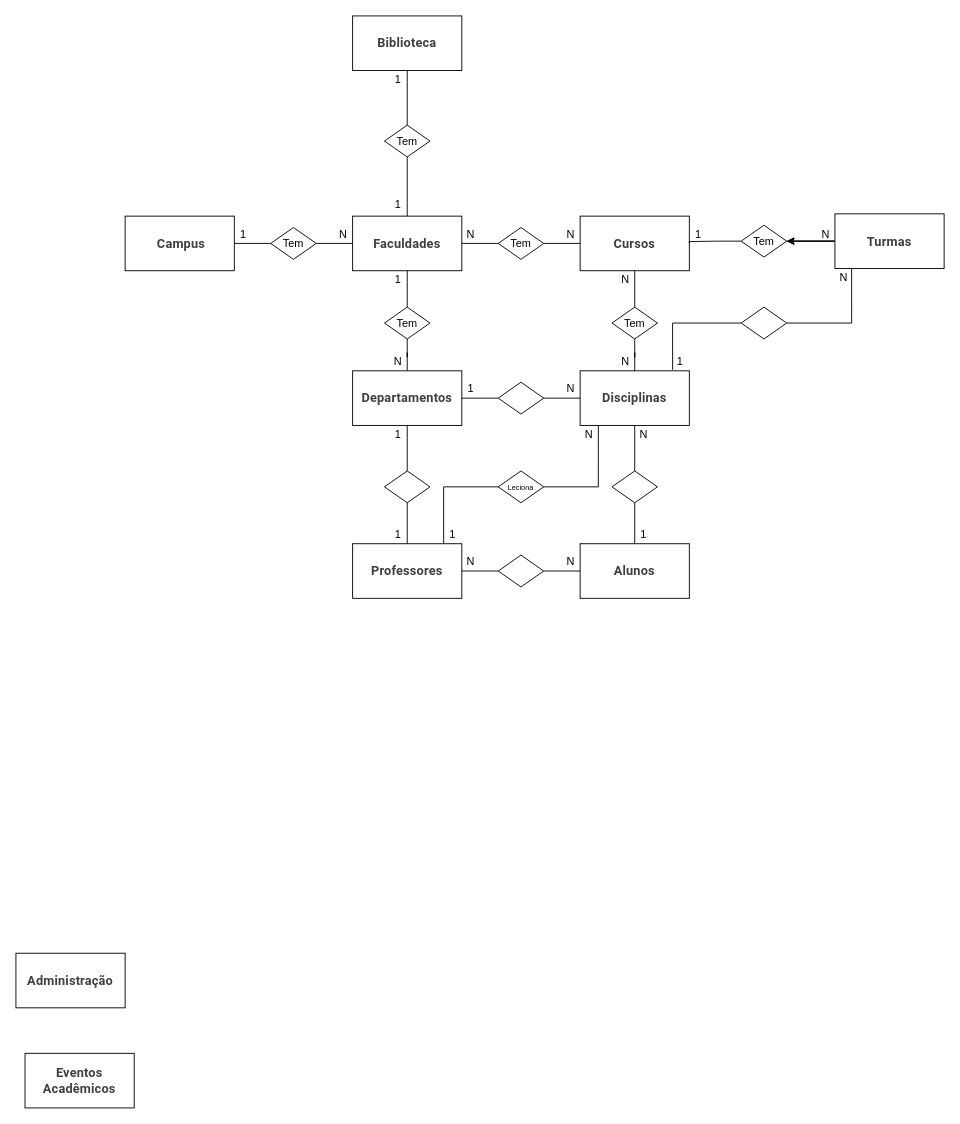
AlanDiekGuimaraes/Segundo_Semestre_Ciencia_de_Dados keeps this draw.io diagram as Banco_de_dados/Diagramas de Entidade e Relacionamento/Aula 27 - DESAFIO - Diagrama Conceitual.drawio. Above is the earlier version. Source tidied: cells renumbered, new cells numbered last; positions are measured from the earlier drawing's top-left corner, leaving out a move shared by most shapes. Both pictures are drawn from the tidied source at 91%, with x=0, y=0 at pixel (15, 15).
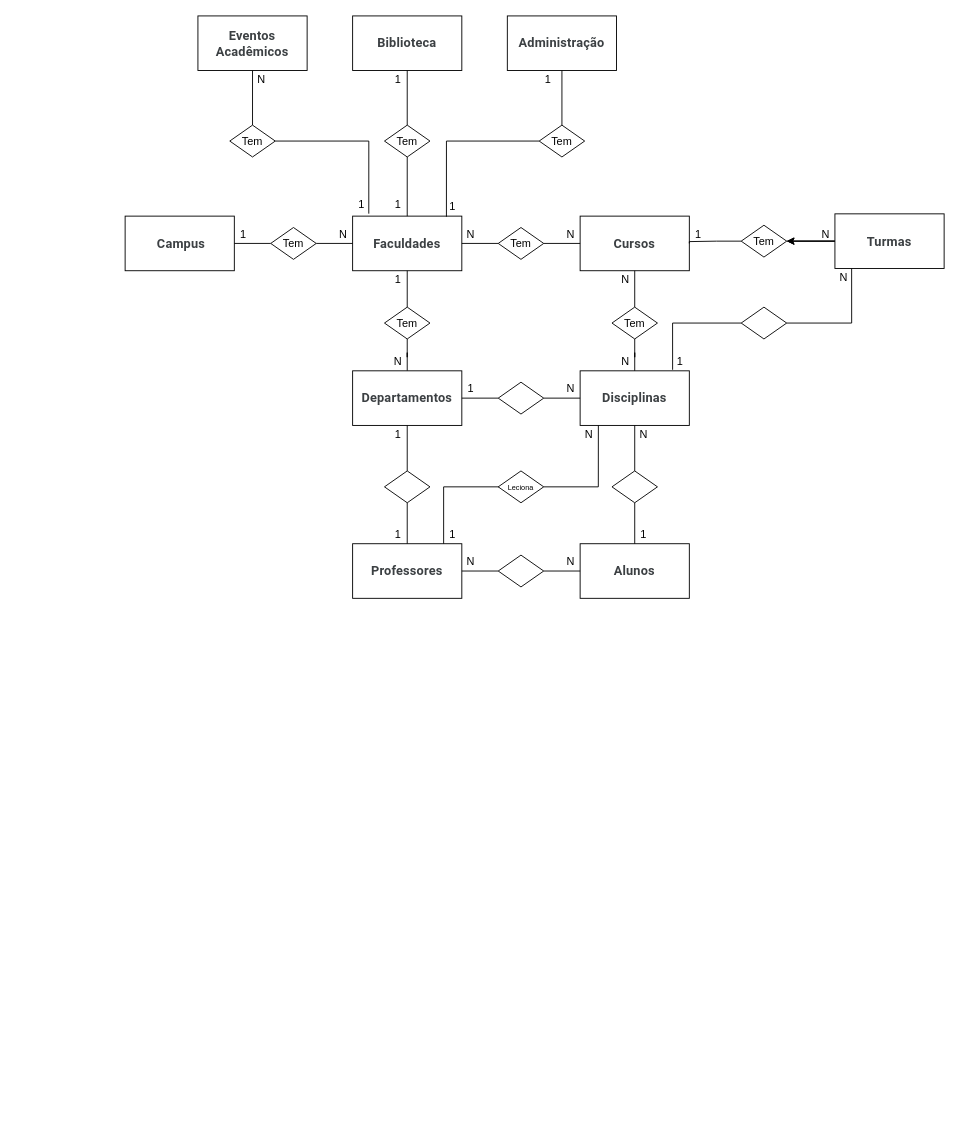
After the change.

Commit message (it also covers changes not shown here):
Desafio SGV

Unchanged cells that the change refers to:
```xml
<mxCell id="3" value="&lt;b style=&quot;-webkit-tap-highlight-color: transparent; color: rgb(60, 64, 67); font-family: Roboto, Arial, sans-serif; font-size: 14px; letter-spacing: 0.2px; text-align: start;&quot;&gt;Faculdades&lt;/b&gt;" style="rounded=0;whiteSpace=wrap;html=1;" parent="1" vertex="1">
  <mxGeometry x="370" y="220" width="120" height="60" as="geometry" />
</mxCell>
```

What changed in the source:
```diff
@@
     <mxCell id="14" value="&lt;b style=&quot;-webkit-tap-highlight-color: transparent; color: rgb(60, 64, 67); font-family: Roboto, Arial, sans-serif; font-size: 14px; letter-spacing: 0.2px; text-align: start;&quot;&gt;Administração&lt;/b&gt;" style="rounded=0;whiteSpace=wrap;html=1;" parent="1" vertex="1">
-      <mxGeometry y="1030" width="120" height="60" as="geometry" />
+      <mxGeometry x="540" width="120" height="60" as="geometry" />
     </mxCell>
     <mxCell id="15" value="&lt;b style=&quot;-webkit-tap-highlight-color: transparent; color: rgb(60, 64, 67); font-family: Roboto, Arial, sans-serif; font-size: 14px; letter-spacing: 0.2px; text-align: start;&quot;&gt;Eventos Acadêmicos&lt;/b&gt;" style="rounded=0;whiteSpace=wrap;html=1;" parent="1" vertex="1">
-      <mxGeometry x="10" y="1140" width="120" height="60" as="geometry" />
+      <mxGeometry x="200" width="120" height="60" as="geometry" />
     </mxCell>
@@
+    <mxCell id="75" style="edgeStyle=orthogonalEdgeStyle;rounded=0;jettySize=auto;html=1;endArrow=none;endFill=0;" parent="1" edge="1" source="77" target="14">
+      <mxGeometry relative="1" as="geometry" />
+    </mxCell>
+    <mxCell id="76" style="edgeStyle=orthogonalEdgeStyle;rounded=0;jettySize=auto;html=1;entryX=0.859;entryY=0.011;entryDx=0;entryDy=0;endArrow=none;endFill=0;entryPerimeter=0;" parent="1" edge="1" source="77" target="3">
+      <mxGeometry relative="1" as="geometry" />
+    </mxCell>
+    <mxCell id="77" value="Tem" style="rhombus;whiteSpace=wrap;html=1;" parent="1" vertex="1">
+      <mxGeometry x="575" y="120" width="50" height="35" as="geometry" />
+    </mxCell>
+    <mxCell id="78" value="1" style="text;html=1;align=center;verticalAlign=middle;whiteSpace=wrap;rounded=0;" parent="1" vertex="1">
+      <mxGeometry x="575" y="60" width="20" height="20" as="geometry" />
+    </mxCell>
+    <mxCell id="79" value="1" style="text;html=1;align=center;verticalAlign=middle;whiteSpace=wrap;rounded=0;" parent="1" vertex="1">
+      <mxGeometry x="470" y="200" width="20" height="20" as="geometry" />
+    </mxCell>
+    <mxCell id="80" style="edgeStyle=orthogonalEdgeStyle;rounded=0;jettySize=auto;html=1;entryX=0.5;entryY=1;entryDx=0;entryDy=0;endArrow=none;endFill=0;" parent="1" edge="1" source="81" target="15">
+      <mxGeometry relative="1" as="geometry" />
+    </mxCell>
+    <mxCell id="81" value="Tem" style="rhombus;whiteSpace=wrap;html=1;" parent="1" vertex="1">
+      <mxGeometry x="235" y="120" width="50" height="35" as="geometry" />
+    </mxCell>
+    <mxCell id="82" style="edgeStyle=orthogonalEdgeStyle;rounded=0;jettySize=auto;html=1;entryX=0.148;entryY=-0.045;entryDx=0;entryDy=0;entryPerimeter=0;endArrow=none;endFill=0;" parent="1" edge="1" source="81" target="3">
+      <mxGeometry relative="1" as="geometry" />
+    </mxCell>
+    <mxCell id="83" value="1" style="text;html=1;align=center;verticalAlign=middle;whiteSpace=wrap;rounded=0;" parent="1" vertex="1">
+      <mxGeometry x="370" y="197.5" width="20" height="20" as="geometry" />
+    </mxCell>
+    <mxCell id="84" value="N" style="text;html=1;align=center;verticalAlign=middle;whiteSpace=wrap;rounded=0;" parent="1" vertex="1">
+      <mxGeometry x="260" y="60" width="20" height="20" as="geometry" />
+    </mxCell>
```
